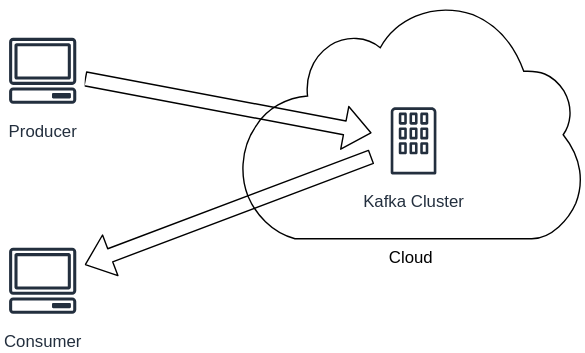
Before: diagrams/benchmark-system-setup.drawio.svg, a diagram exported from draw.io (paseaf/kafka-benchmarking). Source tidied: cells renumbered, new cells last; positions are measured from the earlier drawing's top-left corner, leaving out a move shared by most shapes.
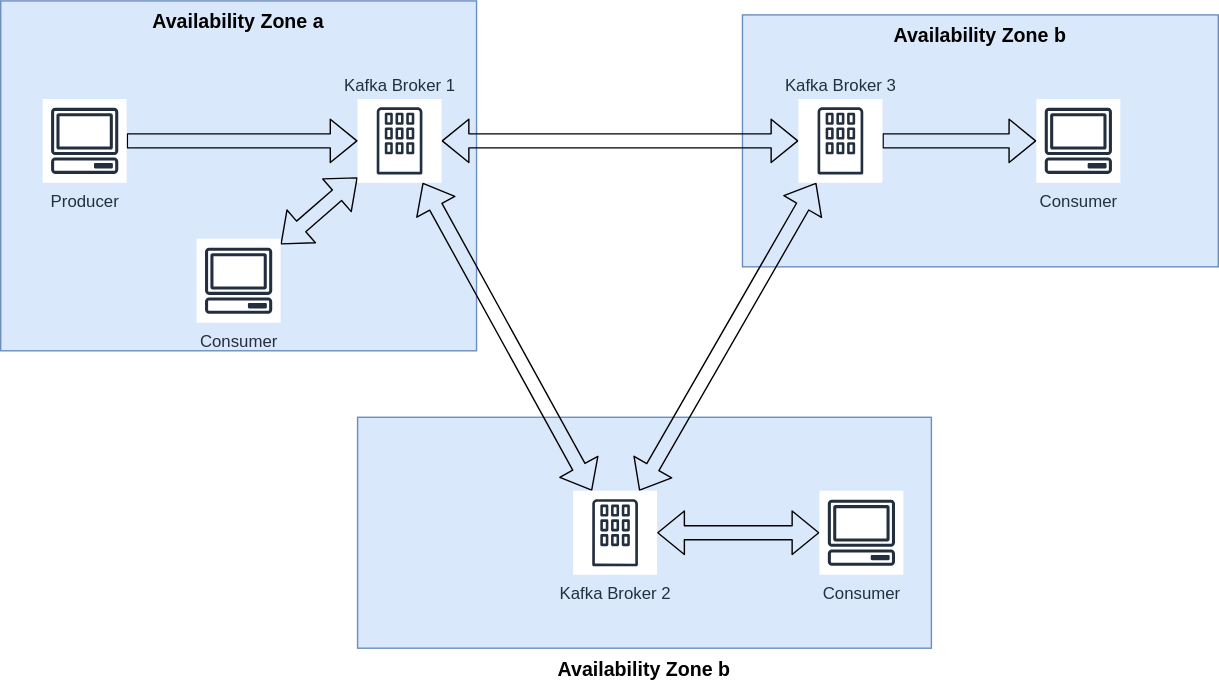
Above is the later version.

Commit message:
Update design based on feedback; add parameters and metrics

The edit, as a diff of the source:
```diff
@@ -2,23 +2,56 @@
   <root>
     <mxCell id="0" />
     <mxCell id="1" parent="0" />
-    <mxCell id="2" value="Cloud" style="html=1;shadow=0;align=center;verticalAlign=top;shape=mxgraph.gcp2.cloud;fillColor=none;horizontal=1;labelPosition=center;verticalLabelPosition=bottom;" parent="1" vertex="1">
-      <mxGeometry x="170" width="246.4" height="170" as="geometry" />
-    </mxCell>
+    <mxCell id="8" value="Availability Zone b" style="rounded=0;whiteSpace=wrap;html=1;shadow=0;fillColor=#dae8fc;verticalAlign=top;strokeColor=#6c8ebf;fontSize=14;fontStyle=1;" parent="1" vertex="1">
+      <mxGeometry x="500" y="10" width="340" height="180" as="geometry" />
+    </mxCell>
+    <mxCell id="9" value="Availability Zone b" style="rounded=0;whiteSpace=wrap;html=1;shadow=0;fillColor=#dae8fc;verticalAlign=top;strokeColor=#6c8ebf;fontSize=14;fontStyle=1;labelPosition=center;verticalLabelPosition=bottom;align=center;horizontal=1;" parent="1" vertex="1">
+      <mxGeometry x="225" y="297.5" width="410" height="165" as="geometry" />
+    </mxCell>
+    <mxCell id="10" value="Availability Zone a" style="rounded=0;whiteSpace=wrap;html=1;shadow=0;fillColor=#dae8fc;verticalAlign=top;strokeColor=#6c8ebf;fontSize=14;fontStyle=1;" parent="1" vertex="1">
+      <mxGeometry x="-30" width="340" height="250" as="geometry" />
+    </mxCell>
+    <mxCell id="11" style="edgeStyle=none;shape=flexArrow;html=1;startArrow=block;" parent="1" edge="1" source="3" target="17">
+      <mxGeometry relative="1" as="geometry" />
+    </mxCell>
+    <mxCell id="12" style="edgeStyle=none;html=1;shape=flexArrow;startArrow=block;" parent="1" edge="1" source="3" target="19">
+      <mxGeometry relative="1" as="geometry" />
+    </mxCell>
-    <mxCell id="3" value="Kafka Cluster" style="outlineConnect=0;fontColor=#232F3E;gradientColor=none;strokeColor=#232F3E;fillColor=#ffffff;dashed=0;verticalLabelPosition=bottom;verticalAlign=top;align=center;html=1;fontSize=12;fontStyle=0;shape=mxgraph.aws4.resourceIcon;resIcon=mxgraph.aws4.corporate_data_center;" parent="1" vertex="1">
-      <mxGeometry x="265" y="70" width="60" height="60" as="geometry" />
+    <mxCell id="3" value="Kafka Broker 1" style="outlineConnect=0;fontColor=#232F3E;gradientColor=none;strokeColor=#232F3E;fillColor=#ffffff;dashed=0;verticalLabelPosition=top;verticalAlign=bottom;align=center;html=1;fontSize=12;fontStyle=0;shape=mxgraph.aws4.resourceIcon;resIcon=mxgraph.aws4.corporate_data_center;labelPosition=center;" parent="1" vertex="1">
+      <mxGeometry x="225" y="70" width="60" height="60" as="geometry" />
     </mxCell>
     <mxCell id="4" style="edgeStyle=none;html=1;shape=flexArrow;" parent="1" edge="1" source="5" target="3">
       <mxGeometry relative="1" as="geometry" />
     </mxCell>
     <mxCell id="5" value="Producer" style="outlineConnect=0;fontColor=#232F3E;gradientColor=none;strokeColor=#232F3E;fillColor=#ffffff;dashed=0;verticalLabelPosition=bottom;verticalAlign=top;align=center;html=1;fontSize=12;fontStyle=0;shape=mxgraph.aws4.resourceIcon;resIcon=mxgraph.aws4.client;" parent="1" vertex="1">
-      <mxGeometry y="20" width="60" height="60" as="geometry" />
+      <mxGeometry y="70" width="60" height="60" as="geometry" />
     </mxCell>
-    <mxCell id="6" style="edgeStyle=none;shape=flexArrow;html=1;" parent="1" edge="1" source="3" target="7">
+    <mxCell id="6" style="edgeStyle=none;shape=flexArrow;html=1;" parent="1" edge="1" source="17" target="7">
       <mxGeometry relative="1" as="geometry" />
     </mxCell>
     <mxCell id="7" value="Consumer" style="outlineConnect=0;fontColor=#232F3E;gradientColor=none;strokeColor=#232F3E;fillColor=#ffffff;dashed=0;verticalLabelPosition=bottom;verticalAlign=top;align=center;html=1;fontSize=12;fontStyle=0;shape=mxgraph.aws4.resourceIcon;resIcon=mxgraph.aws4.client;" parent="1" vertex="1">
-      <mxGeometry y="170" width="60" height="60" as="geometry" />
+      <mxGeometry x="710" y="70" width="60" height="60" as="geometry" />
     </mxCell>
+    <mxCell id="13" style="edgeStyle=none;html=1;shape=flexArrow;startArrow=block;" parent="1" edge="1" source="16" target="3">
+      <mxGeometry relative="1" as="geometry" />
+    </mxCell>
+    <mxCell id="14" style="edgeStyle=none;shape=flexArrow;html=1;startArrow=block;" parent="1" edge="1" source="16" target="17">
+      <mxGeometry relative="1" as="geometry" />
+    </mxCell>
+    <mxCell id="15" style="edgeStyle=none;shape=flexArrow;html=1;startArrow=block;" parent="1" edge="1" source="16" target="18">
+      <mxGeometry relative="1" as="geometry" />
+    </mxCell>
+    <mxCell id="16" value="Kafka Broker 2" style="outlineConnect=0;fontColor=#232F3E;gradientColor=none;strokeColor=#232F3E;fillColor=#ffffff;dashed=0;verticalLabelPosition=bottom;verticalAlign=top;align=center;html=1;fontSize=12;fontStyle=0;shape=mxgraph.aws4.resourceIcon;resIcon=mxgraph.aws4.corporate_data_center;" parent="1" vertex="1">
+      <mxGeometry x="379" y="350" width="60" height="60" as="geometry" />
+    </mxCell>
+    <mxCell id="17" value="Kafka Broker 3" style="outlineConnect=0;fontColor=#232F3E;gradientColor=none;strokeColor=#232F3E;fillColor=#ffffff;dashed=0;verticalLabelPosition=top;verticalAlign=bottom;align=center;html=1;fontSize=12;fontStyle=0;shape=mxgraph.aws4.resourceIcon;resIcon=mxgraph.aws4.corporate_data_center;labelPosition=center;" parent="1" vertex="1">
+      <mxGeometry x="540" y="70" width="60" height="60" as="geometry" />
+    </mxCell>
+    <mxCell id="18" value="Consumer" style="outlineConnect=0;fontColor=#232F3E;gradientColor=none;strokeColor=#232F3E;fillColor=#ffffff;dashed=0;verticalLabelPosition=bottom;verticalAlign=top;align=center;html=1;fontSize=12;fontStyle=0;shape=mxgraph.aws4.resourceIcon;resIcon=mxgraph.aws4.client;" parent="1" vertex="1">
+      <mxGeometry x="555" y="350" width="60" height="60" as="geometry" />
+    </mxCell>
+    <mxCell id="19" value="Consumer" style="outlineConnect=0;fontColor=#232F3E;gradientColor=none;strokeColor=#232F3E;fillColor=#ffffff;dashed=0;verticalLabelPosition=bottom;verticalAlign=top;align=center;html=1;fontSize=12;fontStyle=0;shape=mxgraph.aws4.resourceIcon;resIcon=mxgraph.aws4.client;" parent="1" vertex="1">
+      <mxGeometry x="110" y="170" width="60" height="60" as="geometry" />
+    </mxCell>
   </root>
 </mxGraphModel>
```
